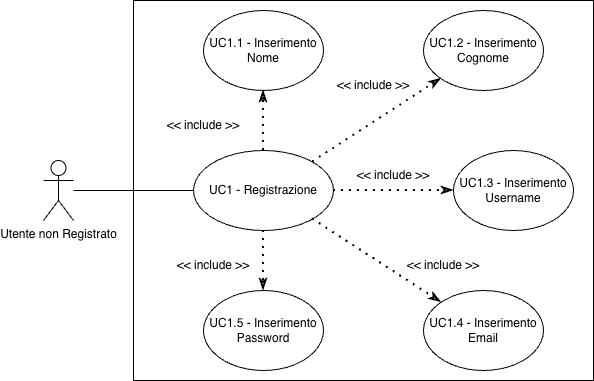
Above: assets/diagrams/UC1.png in SkarabGroup/DocumentazioneProgetto (draw.io), before the change. Source tidied: cells renumbered, new cells last; positions are measured from the earlier drawing's top-left corner, leaving out a move shared by most shapes.
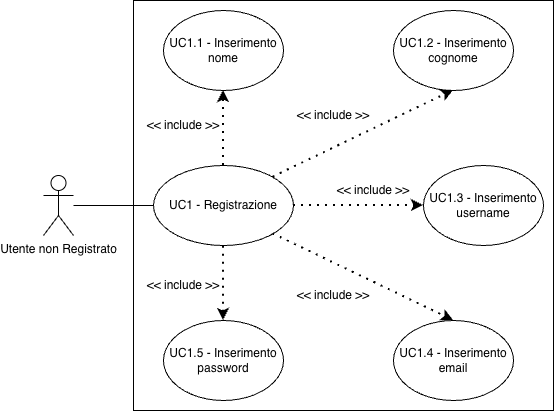
Above is the later version.

The edit, as a diff of the source:
```diff
@@ -3,61 +3,63 @@
     <mxCell id="0" />
     <mxCell id="1" parent="0" />
     <mxCell id="2" style="rounded=0;whiteSpace=wrap;html=1;" parent="1" vertex="1">
-      <mxGeometry x="90" width="460" height="380" as="geometry" />
+      <mxGeometry x="100" y="210" width="420" height="410" as="geometry" />
     </mxCell>
     <mxCell id="3" value="Utente non Registrato" style="shape=umlActor;verticalLabelPosition=bottom;verticalAlign=top;html=1;outlineConnect=0;" parent="1" vertex="1">
-      <mxGeometry y="160" width="30" height="60" as="geometry" />
+      <mxGeometry x="10" y="385" width="30" height="60" as="geometry" />
     </mxCell>
     <mxCell id="4" value="UC1 - Registrazione" style="ellipse;whiteSpace=wrap;html=1;" parent="1" vertex="1">
-      <mxGeometry x="150" y="150" width="140" height="80" as="geometry" />
+      <mxGeometry x="120" y="375" width="140" height="80" as="geometry" />
     </mxCell>
     <mxCell id="5" style="endArrow=none;html=1;rounded=0;entryX=0;entryY=0.5;entryDx=0;entryDy=0;" parent="1" edge="1" source="3" target="4">
       <mxGeometry relative="1" as="geometry" />
     </mxCell>
-    <mxCell id="6" value="UC1.2 - Inserimento Cognome" style="ellipse;whiteSpace=wrap;html=1;" parent="1" vertex="1">
-      <mxGeometry x="380" y="10" width="120" height="80" as="geometry" />
-    </mxCell>
-    <mxCell id="7" value="UC1.3 - Inserimento Username" style="ellipse;whiteSpace=wrap;html=1;" parent="1" vertex="1">
-      <mxGeometry x="410" y="150" width="120" height="80" as="geometry" />
-    </mxCell>
-    <mxCell id="8" value="UC1.4 - Inserimento Email" style="ellipse;whiteSpace=wrap;html=1;" parent="1" vertex="1">
-      <mxGeometry x="380" y="290" width="120" height="80" as="geometry" />
-    </mxCell>
-    <mxCell id="9" value="UC1.5 - Inserimento Password" style="ellipse;whiteSpace=wrap;html=1;" parent="1" vertex="1">
-      <mxGeometry x="160" y="290" width="120" height="80" as="geometry" />
+    <mxCell id="9" value="UC1.4 - Inserimento email" style="ellipse;whiteSpace=wrap;html=1;" parent="1" vertex="1">
+      <mxGeometry x="360" y="530" width="120" height="80" as="geometry" />
     </mxCell>
-    <mxCell id="10" style="endArrow=classicThin;dashed=1;html=1;dashPattern=1 3;strokeWidth=2;rounded=0;entryX=0.5;entryY=0;entryDx=0;entryDy=0;exitX=0.5;exitY=1;exitDx=0;exitDy=0;endFill=0;" parent="1" edge="1" source="4" target="9">
+    <mxCell id="10" style="endArrow=classic;dashed=1;html=1;dashPattern=1 3;strokeWidth=2;rounded=0;entryX=0.5;entryY=0;entryDx=0;entryDy=0;exitX=1;exitY=1;exitDx=0;exitDy=0;endFill=1;" parent="1" edge="1" source="4" target="9">
       <mxGeometry relative="1" as="geometry" />
     </mxCell>
-    <mxCell id="11" value="UC1.1 - Inserimento Nome" style="ellipse;whiteSpace=wrap;html=1;" parent="1" vertex="1">
-      <mxGeometry x="160" y="10" width="120" height="80" as="geometry" />
+    <mxCell id="11" value="UC1.2 - Inserimento cognome" style="ellipse;whiteSpace=wrap;html=1;" parent="1" vertex="1">
+      <mxGeometry x="360" y="220" width="120" height="80" as="geometry" />
     </mxCell>
-    <mxCell id="12" style="endArrow=classicThin;dashed=1;html=1;dashPattern=1 3;strokeWidth=2;rounded=0;exitX=0.5;exitY=0;exitDx=0;exitDy=0;entryX=0.5;entryY=1;entryDx=0;entryDy=0;startArrow=none;startFill=0;endFill=0;" parent="1" edge="1" source="4" target="11">
+    <mxCell id="12" style="endArrow=classic;dashed=1;html=1;dashPattern=1 3;strokeWidth=2;rounded=0;exitX=1;exitY=0;exitDx=0;exitDy=0;entryX=0.5;entryY=1;entryDx=0;entryDy=0;startArrow=none;startFill=0;endFill=1;" parent="1" edge="1" source="4" target="11">
       <mxGeometry relative="1" as="geometry" />
     </mxCell>
-    <mxCell id="13" style="endArrow=classicThin;dashed=1;html=1;dashPattern=1 3;strokeWidth=2;rounded=0;exitX=1;exitY=1;exitDx=0;exitDy=0;entryX=0;entryY=0;entryDx=0;entryDy=0;startArrow=none;startFill=0;endFill=0;" parent="1" edge="1" source="4" target="8">
-      <mxGeometry relative="1" as="geometry" />
-    </mxCell>
-    <mxCell id="14" style="endArrow=classicThin;dashed=1;html=1;dashPattern=1 3;strokeWidth=2;rounded=0;exitX=1;exitY=0.5;exitDx=0;exitDy=0;entryX=0;entryY=0.5;entryDx=0;entryDy=0;startArrow=none;startFill=0;endFill=0;" parent="1" edge="1" source="4" target="7">
-      <mxGeometry relative="1" as="geometry" />
-    </mxCell>
-    <mxCell id="15" style="endArrow=classicThin;dashed=1;html=1;dashPattern=1 3;strokeWidth=2;rounded=0;entryX=0;entryY=1;entryDx=0;entryDy=0;startArrow=none;startFill=0;endFill=0;exitX=1;exitY=0;exitDx=0;exitDy=0;" parent="1" edge="1" source="4" target="6">
-      <mxGeometry relative="1" as="geometry" />
-    </mxCell>
     <mxCell id="16" value="&amp;lt;&amp;lt; include &amp;gt;&amp;gt;" style="text;html=1;whiteSpace=wrap;strokeColor=none;fillColor=none;align=center;verticalAlign=middle;rounded=0;" parent="1" vertex="1">
-      <mxGeometry x="120" y="110" width="80" height="30" as="geometry" />
+      <mxGeometry x="260" y="310" width="80" height="30" as="geometry" />
     </mxCell>
-    <mxCell id="17" value="&amp;lt;&amp;lt; include &amp;gt;&amp;gt;" style="text;html=1;whiteSpace=wrap;strokeColor=none;fillColor=none;align=center;verticalAlign=middle;rounded=0;" parent="1" vertex="1">
-      <mxGeometry x="290" y="70" width="80" height="30" as="geometry" />
-    </mxCell>
-    <mxCell id="18" value="&amp;lt;&amp;lt; include &amp;gt;&amp;gt;" style="text;html=1;whiteSpace=wrap;strokeColor=none;fillColor=none;align=center;verticalAlign=middle;rounded=0;" parent="1" vertex="1">
-      <mxGeometry x="310" y="160" width="80" height="30" as="geometry" />
-    </mxCell>
-    <mxCell id="19" value="&amp;lt;&amp;lt; include &amp;gt;&amp;gt;" style="text;html=1;whiteSpace=wrap;strokeColor=none;fillColor=none;align=center;verticalAlign=middle;rounded=0;" parent="1" vertex="1">
-      <mxGeometry x="360" y="250" width="80" height="30" as="geometry" />
-    </mxCell>
     <mxCell id="20" value="&amp;lt;&amp;lt; include &amp;gt;&amp;gt;" style="text;html=1;whiteSpace=wrap;strokeColor=none;fillColor=none;align=center;verticalAlign=middle;rounded=0;" parent="1" vertex="1">
-      <mxGeometry x="130" y="250" width="80" height="30" as="geometry" />
+      <mxGeometry x="260" y="490" width="80" height="30" as="geometry" />
     </mxCell>
+    <mxCell id="21" value="UC1.3 - Inserimento username" style="ellipse;whiteSpace=wrap;html=1;" parent="1" vertex="1">
+      <mxGeometry x="390" y="375" width="120" height="80" as="geometry" />
+    </mxCell>
+    <mxCell id="22" style="endArrow=classic;dashed=1;html=1;dashPattern=1 3;strokeWidth=2;rounded=0;entryX=0;entryY=0.5;entryDx=0;entryDy=0;endFill=1;" parent="1" edge="1" target="21">
+      <mxGeometry relative="1" as="geometry">
+        <mxPoint x="260" y="415" as="sourcePoint" />
+      </mxGeometry>
+    </mxCell>
+    <mxCell id="23" value="UC1.1 - Inserimento nome" style="ellipse;whiteSpace=wrap;html=1;" parent="1" vertex="1">
+      <mxGeometry x="130" y="220" width="120" height="80" as="geometry" />
+    </mxCell>
+    <mxCell id="24" value="&amp;lt;&amp;lt; include &amp;gt;&amp;gt;" style="text;html=1;whiteSpace=wrap;strokeColor=none;fillColor=none;align=center;verticalAlign=middle;rounded=0;" parent="1" vertex="1">
+      <mxGeometry x="300" y="385" width="80" height="30" as="geometry" />
+    </mxCell>
+    <mxCell id="25" style="endArrow=classic;dashed=1;html=1;dashPattern=1 3;strokeWidth=2;rounded=0;exitX=0.5;exitY=0;exitDx=0;exitDy=0;entryX=0.5;entryY=1;entryDx=0;entryDy=0;endFill=1;" parent="1" edge="1" source="4" target="23">
+      <mxGeometry relative="1" as="geometry" />
+    </mxCell>
+    <mxCell id="26" value="UC1.5 - Inserimento password" style="ellipse;whiteSpace=wrap;html=1;" parent="1" vertex="1">
+      <mxGeometry x="130" y="530" width="120" height="80" as="geometry" />
+    </mxCell>
+    <mxCell id="27" style="endArrow=none;dashed=1;html=1;dashPattern=1 3;strokeWidth=2;rounded=0;entryX=0.5;entryY=1;entryDx=0;entryDy=0;exitX=0.5;exitY=0;exitDx=0;exitDy=0;endFill=0;startArrow=classic;startFill=1;" parent="1" edge="1" source="26" target="4">
+      <mxGeometry relative="1" as="geometry" />
+    </mxCell>
+    <mxCell id="28" value="&amp;lt;&amp;lt; include &amp;gt;&amp;gt;" style="text;html=1;whiteSpace=wrap;strokeColor=none;fillColor=none;align=center;verticalAlign=middle;rounded=0;" parent="1" vertex="1">
+      <mxGeometry x="110" y="320" width="80" height="30" as="geometry" />
+    </mxCell>
+    <mxCell id="29" value="&amp;lt;&amp;lt; include &amp;gt;&amp;gt;" style="text;html=1;whiteSpace=wrap;strokeColor=none;fillColor=none;align=center;verticalAlign=middle;rounded=0;" parent="1" vertex="1">
+      <mxGeometry x="110" y="480" width="80" height="30" as="geometry" />
+    </mxCell>
   </root>
 </mxGraphModel>
```
